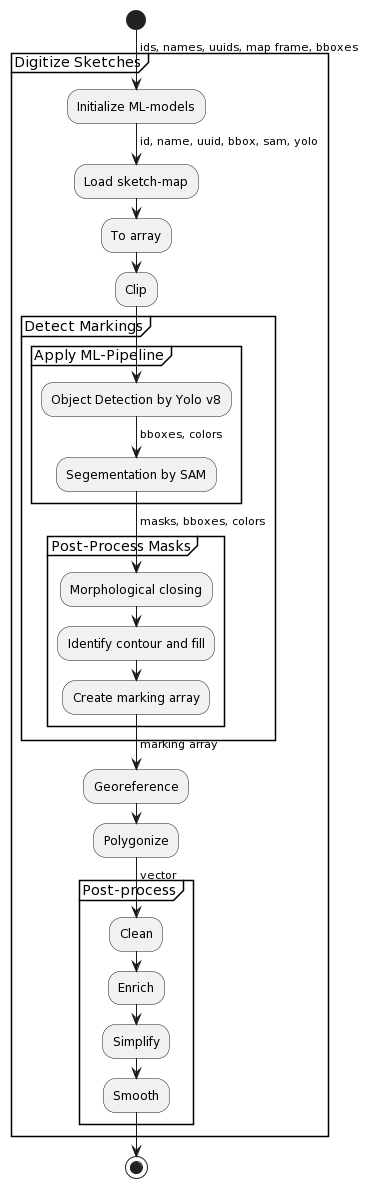
Earlier version of the PlantUML export docs/action-diagram.png (GIScience/sketch-map-tool). The source it was exported from:
```plantuml
@startuml
start
partition Digitize Sketches {
    -> ids, names, uuids, map frame, bboxes;
    :Initialize ML-models;
    -> id, name, uuid, bbox, sam, yolo;
    :Load sketch-map;
    :To array;
    :Clip;
    group Detect Markings {
        group Apply ML-Pipeline {
          :Object Detection by Yolo v8;
          -> bboxes, colors;
          :Segementation by SAM;
          -> masks, bboxes, colors;
        }
        group Post-Process Masks {
          :Morphological closing;
          :Identify contour and fill;
          :Create marking array;
        }
        -> marking array;
    }
    :Georeference;
    :Polygonize;
    -> vector;
    group Post-process {
      :Clean;
      :Enrich;
      :Simplify;
      :Smooth;
    }
}
stop
@enduml
```
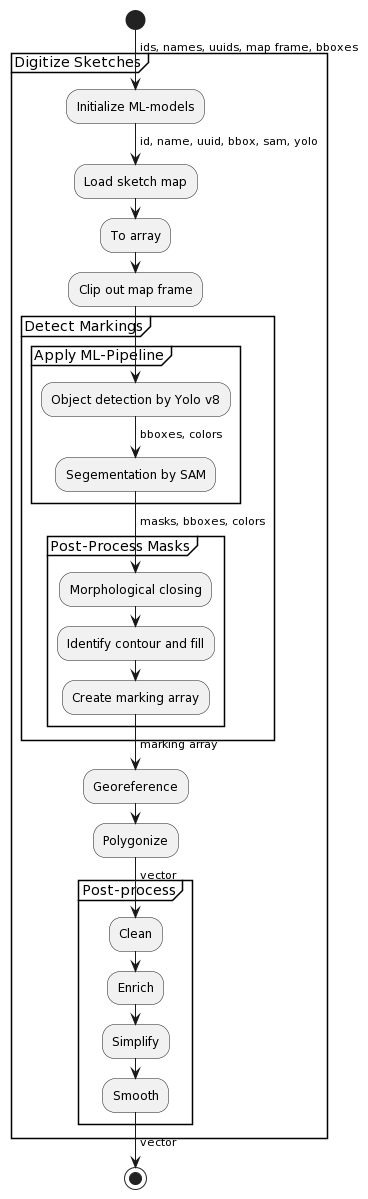
After the commit.

Diff of the diagram source:
```diff
@@ -4,12 +4,12 @@
     -> ids, names, uuids, map frame, bboxes;
     :Initialize ML-models;
     -> id, name, uuid, bbox, sam, yolo;
-    :Load sketch-map;
+    :Load sketch map;
     :To array;
-    :Clip;
+    :Clip out map frame;
     group Detect Markings {
         group Apply ML-Pipeline {
-          :Object Detection by Yolo v8;
+          :Object detection by Yolo v8;
           -> bboxes, colors;
           :Segementation by SAM;
           -> masks, bboxes, colors;
@@ -30,6 +30,7 @@
       :Simplify;
       :Smooth;
     }
+    -> vector;
 }
 stop
 @enduml
```
